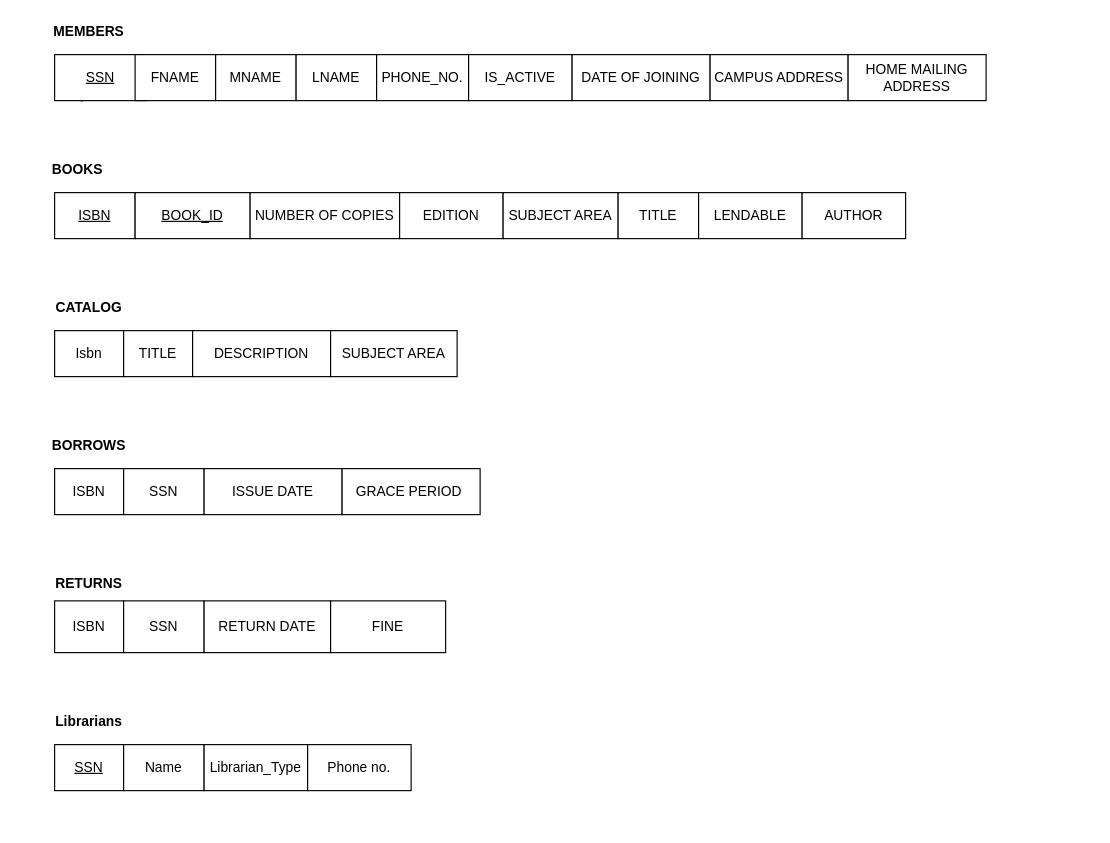
Before: Relational Schema.drawio in aditpatil10/Library-Management-System, a draw.io diagram. Source tidied: cells renumbered, new cells numbered last; positions are measured from the earlier drawing's top-left corner, leaving out a move shared by most shapes. Both pictures are drawn from the tidied source at 115%, with x=0, y=0 at pixel (54, 20).
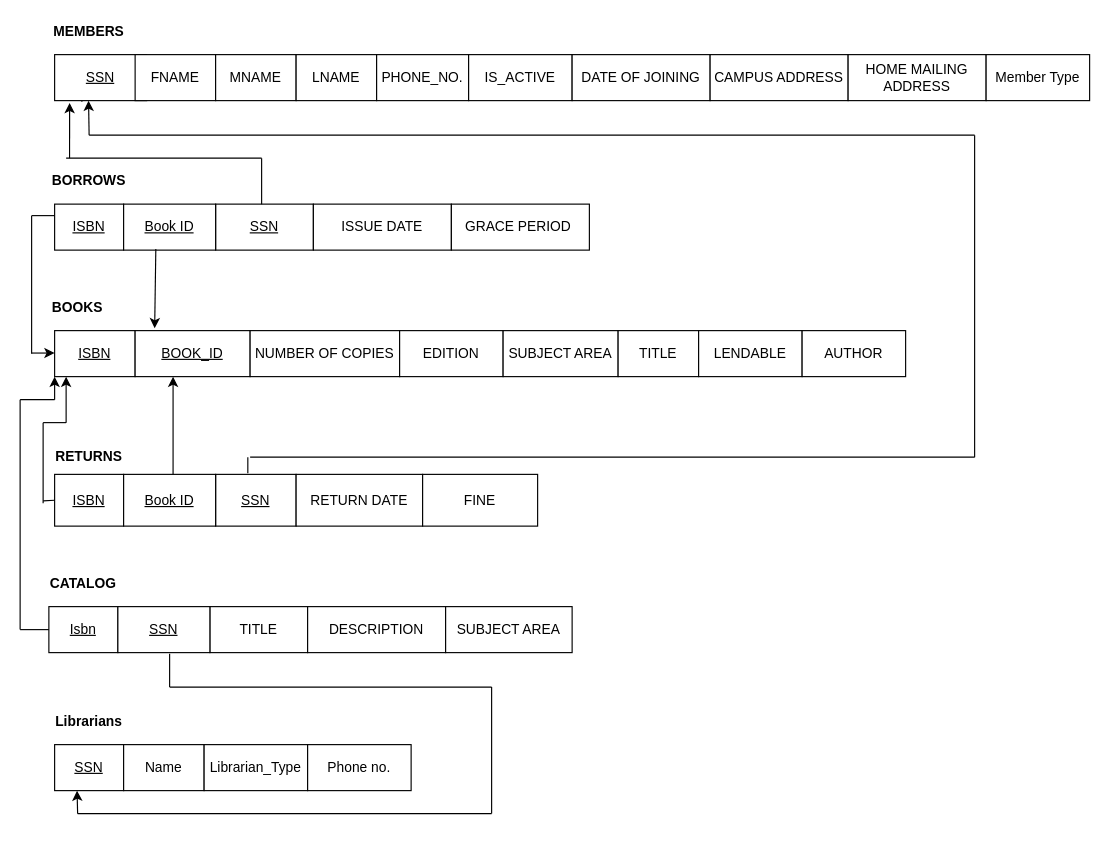
Above is the later version.

The change refers to these unchanged cells:
```xml
<mxCell id="3" value="&lt;u&gt;SSN&lt;/u&gt;" style="rounded=0;whiteSpace=wrap;html=1;" parent="1" vertex="1">
  <mxGeometry y="30" width="80" height="40" as="geometry" />
</mxCell>
```

Diff of the diagram source:
```diff
@@
     <mxCell id="13" value="&lt;u&gt;ISBN&lt;/u&gt;" style="rounded=0;whiteSpace=wrap;html=1;" parent="1" vertex="1">
-      <mxGeometry y="150" width="70" height="40" as="geometry" />
+      <mxGeometry y="270" width="70" height="40" as="geometry" />
     </mxCell>
     <mxCell id="14" value="&lt;u&gt;BOOK_ID&lt;/u&gt;" style="rounded=0;whiteSpace=wrap;html=1;" parent="1" vertex="1">
-      <mxGeometry x="70" y="150" width="100" height="40" as="geometry" />
+      <mxGeometry x="70" y="270" width="100" height="40" as="geometry" />
     </mxCell>
     <mxCell id="15" value="NUMBER OF COPIES" style="rounded=0;whiteSpace=wrap;html=1;" parent="1" vertex="1">
-      <mxGeometry x="170" y="150" width="130" height="40" as="geometry" />
+      <mxGeometry x="170" y="270" width="130" height="40" as="geometry" />
     </mxCell>
     <mxCell id="16" value="EDITION" style="rounded=0;whiteSpace=wrap;html=1;" parent="1" vertex="1">
-      <mxGeometry x="300" y="150" width="90" height="40" as="geometry" />
+      <mxGeometry x="300" y="270" width="90" height="40" as="geometry" />
     </mxCell>
     <mxCell id="17" value="SUBJECT AREA" style="rounded=0;whiteSpace=wrap;html=1;" parent="1" vertex="1">
-      <mxGeometry x="390" y="150" width="100" height="40" as="geometry" />
+      <mxGeometry x="390" y="270" width="100" height="40" as="geometry" />
     </mxCell>
     <mxCell id="18" value="TITLE" style="rounded=0;whiteSpace=wrap;html=1;" parent="1" vertex="1">
-      <mxGeometry x="490" y="150" width="70" height="40" as="geometry" />
+      <mxGeometry x="490" y="270" width="70" height="40" as="geometry" />
     </mxCell>
     <mxCell id="19" value="LENDABLE" style="rounded=0;whiteSpace=wrap;html=1;" parent="1" vertex="1">
-      <mxGeometry x="560" y="150" width="90" height="40" as="geometry" />
+      <mxGeometry x="560" y="270" width="90" height="40" as="geometry" />
     </mxCell>
     <mxCell id="20" value="AUTHOR" style="rounded=0;whiteSpace=wrap;html=1;" parent="1" vertex="1">
-      <mxGeometry x="650" y="150" width="90" height="40" as="geometry" />
+      <mxGeometry x="650" y="270" width="90" height="40" as="geometry" />
     </mxCell>
     <mxCell id="21" value="&lt;b&gt;BOOKS&lt;/b&gt;" style="text;html=1;strokeColor=none;fillColor=none;align=center;verticalAlign=middle;whiteSpace=wrap;rounded=0;" parent="1" vertex="1">
-      <mxGeometry y="120" width="40" height="20" as="geometry" />
+      <mxGeometry y="240" width="40" height="20" as="geometry" />
     </mxCell>
-    <mxCell id="22" value="Isbn" style="rounded=0;whiteSpace=wrap;html=1;" parent="1" vertex="1">
-      <mxGeometry y="270" width="60" height="40" as="geometry" />
+    <mxCell id="22" value="&lt;u&gt;Isbn&lt;/u&gt;" style="rounded=0;whiteSpace=wrap;html=1;" parent="1" vertex="1">
+      <mxGeometry x="-5" y="510" width="60" height="40" as="geometry" />
     </mxCell>
     <mxCell id="23" value="&lt;b&gt;CATALOG&lt;/b&gt;" style="text;html=1;strokeColor=none;fillColor=none;align=center;verticalAlign=middle;whiteSpace=wrap;rounded=0;" parent="1" vertex="1">
-      <mxGeometry x="10" y="240" width="40" height="20" as="geometry" />
+      <mxGeometry x="5" y="480" width="40" height="20" as="geometry" />
     </mxCell>
     <mxCell id="24" value="TITLE" style="rounded=0;whiteSpace=wrap;html=1;" parent="1" vertex="1">
-      <mxGeometry x="60" y="270" width="60" height="40" as="geometry" />
+      <mxGeometry x="135" y="510" width="85" height="40" as="geometry" />
     </mxCell>
     <mxCell id="25" value="DESCRIPTION" style="rounded=0;whiteSpace=wrap;html=1;" parent="1" vertex="1">
-      <mxGeometry x="120" y="270" width="120" height="40" as="geometry" />
+      <mxGeometry x="220" y="510" width="120" height="40" as="geometry" />
     </mxCell>
     <mxCell id="26" value="SUBJECT AREA" style="rounded=0;whiteSpace=wrap;html=1;" parent="1" vertex="1">
-      <mxGeometry x="240" y="270" width="110" height="40" as="geometry" />
+      <mxGeometry x="340" y="510" width="110" height="40" as="geometry" />
     </mxCell>
-    <mxCell id="27" value="ISBN" style="rounded=0;whiteSpace=wrap;html=1;" parent="1" vertex="1">
-      <mxGeometry y="390" width="60" height="40" as="geometry" />
+    <mxCell id="27" value="&lt;u&gt;ISBN&lt;/u&gt;" style="rounded=0;whiteSpace=wrap;html=1;" parent="1" vertex="1">
+      <mxGeometry y="160" width="60" height="40" as="geometry" />
     </mxCell>
     <mxCell id="28" value="&lt;b&gt;BORROWS&lt;/b&gt;" style="text;html=1;strokeColor=none;fillColor=none;align=center;verticalAlign=middle;whiteSpace=wrap;rounded=0;" parent="1" vertex="1">
-      <mxGeometry x="10" y="360" width="40" height="20" as="geometry" />
+      <mxGeometry x="10" y="130" width="40" height="20" as="geometry" />
     </mxCell>
-    <mxCell id="29" value="SSN" style="rounded=0;whiteSpace=wrap;html=1;" parent="1" vertex="1">
-      <mxGeometry x="60" y="390" width="70" height="40" as="geometry" />
+    <mxCell id="29" value="&lt;u&gt;SSN&lt;/u&gt;" style="rounded=0;whiteSpace=wrap;html=1;" parent="1" vertex="1">
+      <mxGeometry x="140" y="160" width="85" height="40" as="geometry" />
     </mxCell>
     <mxCell id="30" value="ISSUE DATE" style="rounded=0;whiteSpace=wrap;html=1;" parent="1" vertex="1">
-      <mxGeometry x="130" y="390" width="120" height="40" as="geometry" />
+      <mxGeometry x="225" y="160" width="120" height="40" as="geometry" />
     </mxCell>
     <mxCell id="31" value="GRACE PERIOD&amp;nbsp;" style="rounded=0;whiteSpace=wrap;html=1;" parent="1" vertex="1">
-      <mxGeometry x="250" y="390" width="120" height="40" as="geometry" />
+      <mxGeometry x="345" y="160" width="120" height="40" as="geometry" />
     </mxCell>
-    <mxCell id="32" value="ISBN" style="rounded=0;whiteSpace=wrap;html=1;" parent="1" vertex="1">
-      <mxGeometry y="505" width="60" height="45" as="geometry" />
+    <mxCell id="32" value="&lt;u&gt;ISBN&lt;/u&gt;" style="rounded=0;whiteSpace=wrap;html=1;" parent="1" vertex="1">
+      <mxGeometry y="395" width="60" height="45" as="geometry" />
     </mxCell>
     <mxCell id="33" value="&lt;b&gt;RETURNS&lt;/b&gt;" style="text;html=1;strokeColor=none;fillColor=none;align=center;verticalAlign=middle;whiteSpace=wrap;rounded=0;" parent="1" vertex="1">
-      <mxGeometry x="10" y="480" width="40" height="20" as="geometry" />
+      <mxGeometry x="10" y="370" width="40" height="20" as="geometry" />
     </mxCell>
-    <mxCell id="34" value="SSN" style="rounded=0;whiteSpace=wrap;html=1;" parent="1" vertex="1">
-      <mxGeometry x="60" y="505" width="70" height="45" as="geometry" />
+    <mxCell id="34" value="&lt;u&gt;SSN&lt;/u&gt;" style="rounded=0;whiteSpace=wrap;html=1;" parent="1" vertex="1">
+      <mxGeometry x="140" y="395" width="70" height="45" as="geometry" />
     </mxCell>
     <mxCell id="35" value="RETURN DATE" style="rounded=0;whiteSpace=wrap;html=1;" parent="1" vertex="1">
-      <mxGeometry x="130" y="505" width="110" height="45" as="geometry" />
+      <mxGeometry x="210" y="395" width="110" height="45" as="geometry" />
     </mxCell>
     <mxCell id="36" value="FINE" style="rounded=0;whiteSpace=wrap;html=1;" parent="1" vertex="1">
-      <mxGeometry x="240" y="505" width="100" height="45" as="geometry" />
+      <mxGeometry x="320" y="395" width="100" height="45" as="geometry" />
     </mxCell>
@@
+    <mxCell id="42" value="&lt;u&gt;Book ID&lt;/u&gt;" style="rounded=0;whiteSpace=wrap;html=1;" parent="1" vertex="1">
+      <mxGeometry x="60" y="160" width="80" height="40" as="geometry" />
+    </mxCell>
+    <mxCell id="43" value="&lt;u&gt;Book ID&lt;/u&gt;" style="rounded=0;whiteSpace=wrap;html=1;" parent="1" vertex="1">
+      <mxGeometry x="60" y="395" width="80" height="45" as="geometry" />
+    </mxCell>
+    <mxCell id="44" value="&lt;u&gt;SSN&lt;/u&gt;" style="rounded=0;whiteSpace=wrap;html=1;" parent="1" vertex="1">
+      <mxGeometry x="55" y="510" width="80" height="40" as="geometry" />
+    </mxCell>
+    <mxCell id="45" style="endArrow=none;html=1;entryX=0;entryY=0.5;entryDx=0;entryDy=0;" parent="1" edge="1" target="22">
+      <mxGeometry relative="1" as="geometry">
+        <mxPoint x="-30" y="530" as="sourcePoint" />
+      </mxGeometry>
+    </mxCell>
+    <mxCell id="46" style="endArrow=classic;html=1;" parent="1" edge="1">
+      <mxGeometry relative="1" as="geometry">
+        <mxPoint x="30" y="100" as="sourcePoint" />
+        <mxPoint x="29.5" y="70" as="targetPoint" />
+      </mxGeometry>
+    </mxCell>
+    <mxCell id="47" style="endArrow=classic;html=1;" parent="1" edge="1">
+      <mxGeometry relative="1" as="geometry">
+        <mxPoint x="10" y="350" as="sourcePoint" />
+        <mxPoint x="10" y="310" as="targetPoint" />
+      </mxGeometry>
+    </mxCell>
+    <mxCell id="48" style="endArrow=none;html=1;" parent="1" edge="1">
+      <mxGeometry relative="1" as="geometry">
+        <mxPoint x="-20" y="170" as="sourcePoint" />
+        <mxPoint y="170" as="targetPoint" />
+      </mxGeometry>
+    </mxCell>
+    <mxCell id="49" style="endArrow=none;html=1;" parent="1" edge="1">
+      <mxGeometry relative="1" as="geometry">
+        <mxPoint x="-30" y="330" as="sourcePoint" />
+        <mxPoint y="330" as="targetPoint" />
+      </mxGeometry>
+    </mxCell>
+    <mxCell id="50" style="endArrow=classic;html=1;" parent="1" edge="1">
+      <mxGeometry relative="1" as="geometry">
+        <mxPoint y="330" as="sourcePoint" />
+        <mxPoint y="310" as="targetPoint" />
+      </mxGeometry>
+    </mxCell>
+    <mxCell id="51" style="endArrow=none;html=1;entryX=0;entryY=0.5;entryDx=0;entryDy=0;" parent="1" edge="1" target="32">
+      <mxGeometry relative="1" as="geometry">
+        <mxPoint x="-10" y="418" as="sourcePoint" />
+      </mxGeometry>
+    </mxCell>
+    <mxCell id="52" style="endArrow=classic;html=1;" parent="1" edge="1">
+      <mxGeometry relative="1" as="geometry">
+        <mxPoint x="-20" y="289.5" as="sourcePoint" />
+        <mxPoint y="289.5" as="targetPoint" />
+      </mxGeometry>
+    </mxCell>
+    <mxCell id="53" style="endArrow=none;html=1;" parent="1" edge="1">
+      <mxGeometry relative="1" as="geometry">
+        <mxPoint x="380" y="690" as="sourcePoint" />
+        <mxPoint x="380" y="580" as="targetPoint" />
+      </mxGeometry>
+    </mxCell>
+    <mxCell id="54" style="endArrow=none;html=1;" parent="1" edge="1">
+      <mxGeometry relative="1" as="geometry">
+        <mxPoint x="20" y="690" as="sourcePoint" />
+        <mxPoint x="380" y="690" as="targetPoint" />
+      </mxGeometry>
+    </mxCell>
+    <mxCell id="55" style="endArrow=classic;html=1;" parent="1" edge="1">
+      <mxGeometry relative="1" as="geometry">
+        <mxPoint x="20" y="690" as="sourcePoint" />
+        <mxPoint x="19.5" y="670" as="targetPoint" />
+      </mxGeometry>
+    </mxCell>
+    <mxCell id="56" style="endArrow=none;html=1;" parent="1" edge="1">
+      <mxGeometry relative="1" as="geometry">
+        <mxPoint x="100" y="580" as="sourcePoint" />
+        <mxPoint x="380" y="580" as="targetPoint" />
+      </mxGeometry>
+    </mxCell>
+    <mxCell id="57" style="endArrow=none;html=1;" parent="1" edge="1">
+      <mxGeometry relative="1" as="geometry">
+        <mxPoint x="100" y="580" as="sourcePoint" />
+        <mxPoint x="100" y="551" as="targetPoint" />
+      </mxGeometry>
+    </mxCell>
+    <mxCell id="58" style="endArrow=classic;html=1;exitX=0.35;exitY=0.975;exitDx=0;exitDy=0;exitPerimeter=0;entryX=0.17;entryY=-0.05;entryDx=0;entryDy=0;entryPerimeter=0;" parent="1" edge="1" source="42" target="14">
+      <mxGeometry relative="1" as="geometry" />
+    </mxCell>
+    <mxCell id="59" style="endArrow=classic;html=1;" parent="1" edge="1">
+      <mxGeometry relative="1" as="geometry">
+        <mxPoint x="103" y="395" as="sourcePoint" />
+        <mxPoint x="103" y="310" as="targetPoint" />
+      </mxGeometry>
+    </mxCell>
+    <mxCell id="60" style="endArrow=none;html=1;" parent="1" edge="1">
+      <mxGeometry relative="1" as="geometry">
+        <mxPoint x="-10" y="420" as="sourcePoint" />
+        <mxPoint x="-10" y="350" as="targetPoint" />
+      </mxGeometry>
+    </mxCell>
+    <mxCell id="61" style="endArrow=none;html=1;" parent="1" edge="1">
+      <mxGeometry relative="1" as="geometry">
+        <mxPoint x="-10" y="350" as="sourcePoint" />
+        <mxPoint x="10" y="350" as="targetPoint" />
+      </mxGeometry>
+    </mxCell>
+    <mxCell id="62" style="endArrow=none;html=1;" parent="1" edge="1">
+      <mxGeometry relative="1" as="geometry">
+        <mxPoint x="-30" y="530" as="sourcePoint" />
+        <mxPoint x="-30" y="330" as="targetPoint" />
+      </mxGeometry>
+    </mxCell>
+    <mxCell id="63" style="endArrow=none;html=1;" parent="1" edge="1">
+      <mxGeometry relative="1" as="geometry">
+        <mxPoint x="-20" y="290" as="sourcePoint" />
+        <mxPoint x="-20" y="170" as="targetPoint" />
+      </mxGeometry>
+    </mxCell>
+    <mxCell id="64" style="endArrow=none;html=1;" parent="1" edge="1">
+      <mxGeometry relative="1" as="geometry">
+        <mxPoint x="170" y="380" as="sourcePoint" />
+        <mxPoint x="800" y="380" as="targetPoint" />
+      </mxGeometry>
+    </mxCell>
+    <mxCell id="65" style="endArrow=none;html=1;" parent="1" edge="1">
+      <mxGeometry relative="1" as="geometry">
+        <mxPoint x="800" y="380" as="sourcePoint" />
+        <mxPoint x="800" y="100" as="targetPoint" />
+      </mxGeometry>
+    </mxCell>
+    <mxCell id="66" style="endArrow=none;html=1;" parent="1" edge="1">
+      <mxGeometry relative="1" as="geometry">
+        <mxPoint x="30" y="100" as="sourcePoint" />
+        <mxPoint x="800" y="100" as="targetPoint" />
+      </mxGeometry>
+    </mxCell>
+    <mxCell id="67" style="endArrow=none;html=1;" parent="1" edge="1">
+      <mxGeometry relative="1" as="geometry">
+        <mxPoint x="10" y="120" as="sourcePoint" />
+        <mxPoint x="180" y="120" as="targetPoint" />
+      </mxGeometry>
+    </mxCell>
+    <mxCell id="68" style="endArrow=classic;html=1;entryX=0.163;entryY=1.05;entryDx=0;entryDy=0;entryPerimeter=0;" parent="1" edge="1" target="3">
+      <mxGeometry relative="1" as="geometry">
+        <mxPoint x="13" y="120" as="sourcePoint" />
+      </mxGeometry>
+    </mxCell>
+    <mxCell id="69" style="endArrow=none;html=1;" parent="1" edge="1">
+      <mxGeometry relative="1" as="geometry">
+        <mxPoint x="180" y="160" as="sourcePoint" />
+        <mxPoint x="180" y="120" as="targetPoint" />
+      </mxGeometry>
+    </mxCell>
+    <mxCell id="70" style="endArrow=none;html=1;exitX=0.4;exitY=-0.022;exitDx=0;exitDy=0;exitPerimeter=0;" parent="1" edge="1" source="34">
+      <mxGeometry relative="1" as="geometry">
+        <mxPoint x="168" y="380" as="targetPoint" />
+      </mxGeometry>
+    </mxCell>
+    <mxCell id="71" value="Member Type" style="rounded=0;whiteSpace=wrap;html=1;" parent="1" vertex="1">
+      <mxGeometry x="810" y="30" width="90" height="40" as="geometry" />
+    </mxCell>
```
